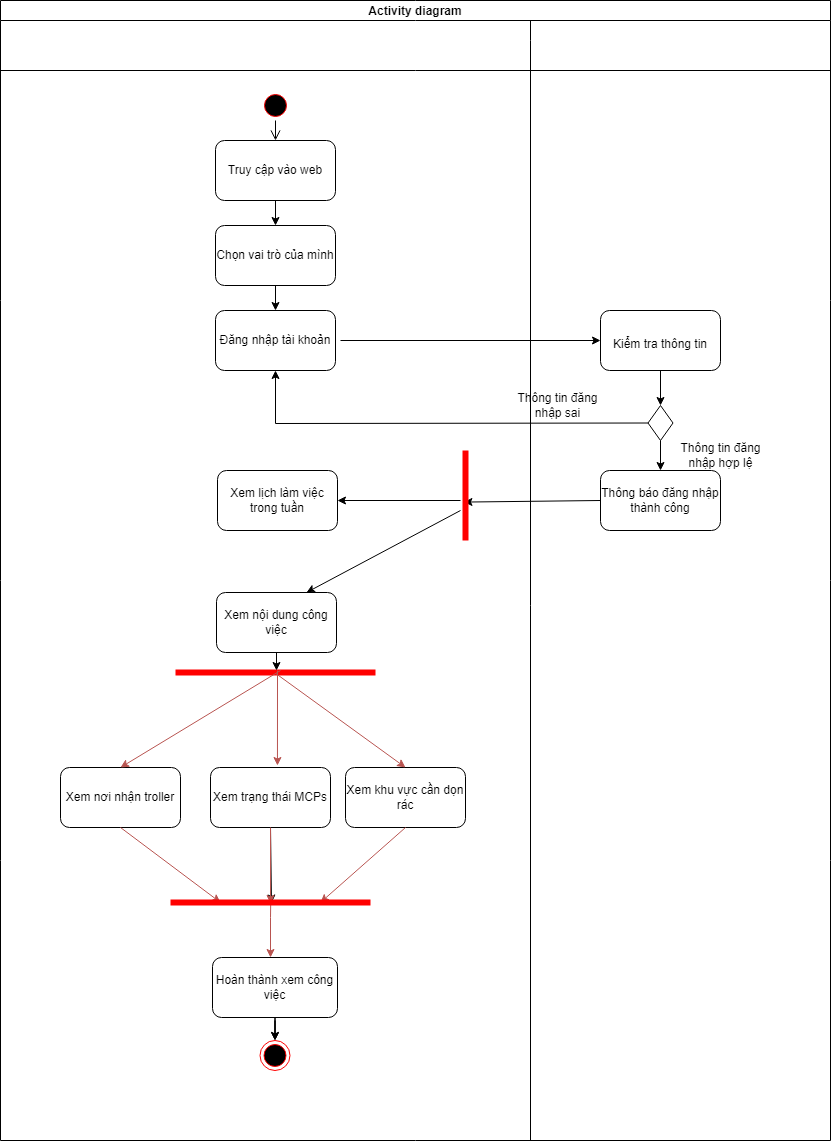
Above: System Modeling/Untitled Diagram.drawio.png in diyuenji/SE_assignment (draw.io), before the change. Source tidied: cells renumbered, new cells last; positions are measured from the earlier drawing's top-left corner, leaving out a move shared by most shapes.
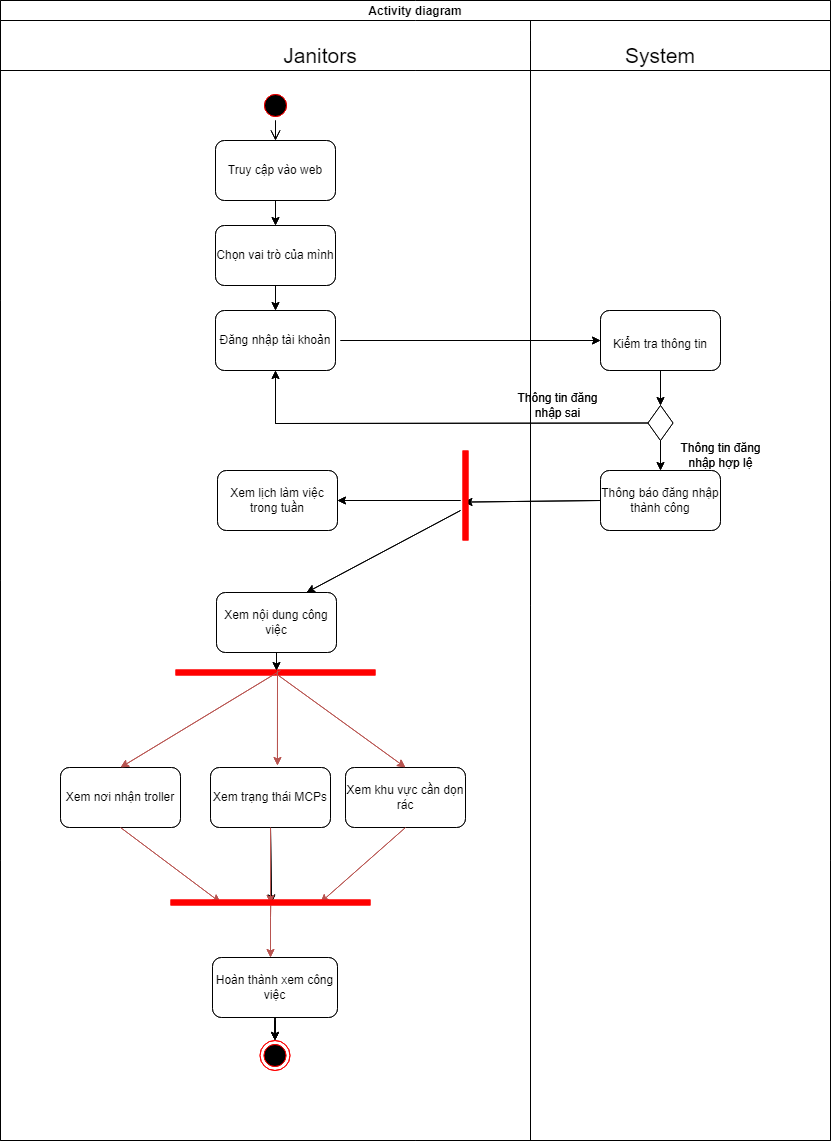
The same diagram one commit later.

What changed in the source:
```diff
@@ -171,5 +171,180 @@
         <mxPoint x="460" y="510" as="sourcePoint" />
       </mxGeometry>
     </mxCell>
+    <mxCell id="52" value="Activity diagram" style="shape=table;startSize=20;rowLines=0;fontStyle=1;align=center;" parent="1" vertex="1">
+      <mxGeometry width="830" height="1140" as="geometry" />
+    </mxCell>
+    <mxCell id="53" style="shape=tableRow;horizontal=0;startSize=0;swimlaneHead=0;swimlaneBody=0;fillColor=none;top=0;left=0;right=0;bottom=0;" parent="52" vertex="1">
+      <mxGeometry y="20" width="830" height="20" as="geometry" />
+    </mxCell>
+    <mxCell id="54" style="shape=partialRectangle;fillColor=none;top=0;left=0;bottom=0;right=0;fontStyle=1;overflow=hidden;" parent="53" vertex="1">
+      <mxGeometry width="530" height="20" as="geometry" />
+    </mxCell>
+    <mxCell id="55" style="shape=partialRectangle;fillColor=none;top=0;left=0;bottom=0;right=0;align=left;spacingLeft=6;fontStyle=5;overflow=hidden;" parent="53" vertex="1">
+      <mxGeometry x="530" width="300" height="20" as="geometry" />
+    </mxCell>
+    <mxCell id="56" style="shape=tableRow;horizontal=0;startSize=0;swimlaneHead=0;swimlaneBody=0;fillColor=none;top=0;left=0;right=0;bottom=1;" parent="52" vertex="1">
+      <mxGeometry y="40" width="830" height="30" as="geometry" />
+    </mxCell>
+    <mxCell id="57" style="shape=partialRectangle;fillColor=none;top=0;left=0;bottom=0;right=0;fontStyle=1;overflow=hidden;" parent="56" vertex="1">
+      <mxGeometry width="530" height="30" as="geometry" />
+    </mxCell>
+    <mxCell id="58" style="shape=partialRectangle;fillColor=none;top=0;left=0;bottom=0;right=0;align=left;spacingLeft=6;fontStyle=5;overflow=hidden;" parent="56" vertex="1">
+      <mxGeometry x="530" width="300" height="30" as="geometry" />
+    </mxCell>
+    <mxCell id="59" style="shape=tableRow;horizontal=0;startSize=0;swimlaneHead=0;swimlaneBody=0;fillColor=none;top=0;left=0;right=0;bottom=0;" parent="52" vertex="1">
+      <mxGeometry y="70" width="830" height="1070" as="geometry" />
+    </mxCell>
+    <mxCell id="60" style="shape=partialRectangle;fillColor=none;top=0;left=0;bottom=0;right=0;overflow=hidden;" parent="59" vertex="1">
+      <mxGeometry width="530" height="1070" as="geometry" />
+    </mxCell>
+    <mxCell id="61" style="shape=partialRectangle;fillColor=none;top=0;left=0;bottom=0;right=0;align=left;spacingLeft=6;overflow=hidden;" parent="59" vertex="1">
+      <mxGeometry x="530" width="300" height="1070" as="geometry" />
+    </mxCell>
+    <mxCell id="62" value="Đăng nhập tài khoản" style="rounded=1;whiteSpace=wrap;html=1;fillColor=#FFFFFF;" parent="1" vertex="1">
+      <mxGeometry x="215" y="310" width="120" height="60" as="geometry" />
+    </mxCell>
+    <mxCell id="63" style="rhombus;whiteSpace=wrap;html=1;" parent="1" vertex="1">
+      <mxGeometry x="647.5" y="405" width="25" height="35" as="geometry" />
+    </mxCell>
+    <mxCell id="64" value="&lt;font style=&quot;font-size: 12px;&quot;&gt;Kiểm tra thông tin&lt;/font&gt;" style="rounded=1;whiteSpace=wrap;html=1;fontSize=21;fillColor=#FFFFFF;" parent="1" vertex="1">
+      <mxGeometry x="600" y="310" width="120" height="60" as="geometry" />
+    </mxCell>
+    <mxCell id="65" value="&lt;font style=&quot;font-size: 21px;&quot;&gt;&lt;font style=&quot;font-size: 21px;&quot;&gt;Janitors&lt;/font&gt;&lt;/font&gt;" style="text;html=1;strokeColor=none;fillColor=none;align=center;verticalAlign=middle;whiteSpace=wrap;rounded=0;fontSize=21;" parent="1" vertex="1">
+      <mxGeometry x="215" y="40" width="210" height="30" as="geometry" />
+    </mxCell>
+    <mxCell id="66" style="ellipse;html=1;shape=startState;fillColor=#000000;strokeColor=#ff0000;fontSize=21;" parent="1" vertex="1">
+      <mxGeometry x="260" y="90" width="30" height="30" as="geometry" />
+    </mxCell>
+    <mxCell id="67" style="edgeStyle=orthogonalEdgeStyle;html=1;verticalAlign=bottom;endArrow=open;endSize=8;strokeColor=#000000;rounded=0;fontSize=21;entryX=0.5;entryY=0;entryDx=0;entryDy=0;exitX=0.5;exitY=1;exitDx=0;exitDy=0;" parent="1" edge="1" source="66" target="69">
+      <mxGeometry relative="1" as="geometry" />
+    </mxCell>
+    <mxCell id="68" style="endArrow=classic;html=1;rounded=0;entryX=0;entryY=0.5;entryDx=0;entryDy=0;" parent="1" edge="1" target="64">
+      <mxGeometry relative="1" as="geometry">
+        <mxPoint x="340" y="340" as="sourcePoint" />
+      </mxGeometry>
+    </mxCell>
+    <mxCell id="69" value="Truy cập vào web" style="rounded=1;whiteSpace=wrap;html=1;fillColor=#FFFFFF;" parent="1" vertex="1">
+      <mxGeometry x="215" y="140" width="120" height="60" as="geometry" />
+    </mxCell>
+    <mxCell id="70" value="System" style="text;html=1;strokeColor=none;fillColor=none;align=center;verticalAlign=middle;whiteSpace=wrap;rounded=0;fontSize=21;" parent="1" vertex="1">
+      <mxGeometry x="540" width="240" height="110" as="geometry" />
+    </mxCell>
+    <mxCell id="71" value="Thông báo đăng nhập thành công" style="rounded=1;whiteSpace=wrap;html=1;fontSize=12;fillColor=#FFFFFF;" parent="1" vertex="1">
+      <mxGeometry x="600" y="470" width="120" height="60" as="geometry" />
+    </mxCell>
+    <mxCell id="72" value="Chọn vai trò của mình" style="rounded=1;whiteSpace=wrap;html=1;fontSize=12;fillColor=#FFFFFF;" parent="1" vertex="1">
+      <mxGeometry x="215" y="225" width="120" height="60" as="geometry" />
+    </mxCell>
+    <mxCell id="73" style="endArrow=classic;html=1;rounded=0;exitX=0.5;exitY=1;exitDx=0;exitDy=0;entryX=0.5;entryY=0;entryDx=0;entryDy=0;" parent="1" edge="1" source="63" target="71">
+      <mxGeometry relative="1" as="geometry" />
+    </mxCell>
+    <mxCell id="74" style="endArrow=classic;html=1;rounded=0;exitX=0.5;exitY=1;exitDx=0;exitDy=0;entryX=0.5;entryY=0;entryDx=0;entryDy=0;" parent="1" edge="1" source="64" target="63">
+      <mxGeometry relative="1" as="geometry" />
+    </mxCell>
+    <mxCell id="75" style="endArrow=classic;html=1;rounded=0;exitX=0;exitY=0.5;exitDx=0;exitDy=0;entryX=0.5;entryY=1;entryDx=0;entryDy=0;" parent="1" edge="1" source="63" target="62">
+      <mxGeometry relative="1" as="geometry">
+        <Array as="points">
+          <mxPoint x="275" y="423" />
+        </Array>
+      </mxGeometry>
+    </mxCell>
+    <mxCell id="76" value="Thông tin đăng nhập sai" style="text;html=1;strokeColor=none;fillColor=none;align=center;verticalAlign=middle;whiteSpace=wrap;rounded=0;" parent="1" vertex="1">
+      <mxGeometry x="510" y="390" width="95" height="30" as="geometry" />
+    </mxCell>
+    <mxCell id="77" style="endArrow=classic;html=1;rounded=0;fontSize=12;exitX=0.5;exitY=1;exitDx=0;exitDy=0;entryX=0.5;entryY=0;entryDx=0;entryDy=0;" parent="1" edge="1" source="69" target="72">
+      <mxGeometry relative="1" as="geometry" />
+    </mxCell>
+    <mxCell id="78" style="endArrow=classic;html=1;rounded=0;strokeColor=#000000;fontSize=21;fontColor=#000000;exitX=0.5;exitY=1;exitDx=0;exitDy=0;entryX=0.5;entryY=0;entryDx=0;entryDy=0;" parent="1" edge="1" source="72" target="62">
+      <mxGeometry relative="1" as="geometry" />
+    </mxCell>
+    <mxCell id="79" value="Thông tin đăng nhập hợp lệ" style="text;html=1;strokeColor=none;fillColor=none;align=center;verticalAlign=middle;whiteSpace=wrap;rounded=0;" parent="1" vertex="1">
+      <mxGeometry x="672.5" y="440" width="95" height="30" as="geometry" />
+    </mxCell>
+    <mxCell id="80" style="endArrow=classic;html=1;rounded=0;fontSize=12;exitX=0;exitY=0.5;exitDx=0;exitDy=0;entryX=0.573;entryY=0.657;entryDx=0;entryDy=0;entryPerimeter=0;" parent="1" edge="1" source="71" target="101">
+      <mxGeometry relative="1" as="geometry" />
+    </mxCell>
+    <mxCell id="81" value="Xem lịch làm việc trong tuần&lt;br&gt;" style="rounded=1;whiteSpace=wrap;html=1;" parent="1" vertex="1">
+      <mxGeometry x="217" y="470" width="120" height="60" as="geometry" />
+    </mxCell>
+    <mxCell id="82" value="Xem nội dung công việc" style="rounded=1;whiteSpace=wrap;html=1;" parent="1" vertex="1">
+      <mxGeometry x="216" y="592" width="120" height="60" as="geometry" />
+    </mxCell>
+    <mxCell id="83" value="Xem khu vực cần dọn rác" style="rounded=1;whiteSpace=wrap;html=1;" parent="1" vertex="1">
+      <mxGeometry x="345" y="767" width="120" height="60" as="geometry" />
+    </mxCell>
+    <mxCell id="84" value="Xem nơi nhận troller" style="rounded=1;whiteSpace=wrap;html=1;" parent="1" vertex="1">
+      <mxGeometry x="60" y="767" width="120" height="60" as="geometry" />
+    </mxCell>
+    <mxCell id="85" value="Xem trạng thái MCPs" style="rounded=1;whiteSpace=wrap;html=1;" parent="1" vertex="1">
+      <mxGeometry x="210" y="767" width="120" height="60" as="geometry" />
+    </mxCell>
+    <mxCell id="86" style="edgeStyle=orthogonalEdgeStyle;rounded=0;jettySize=auto;html=1;entryX=0.5;entryY=0;entryDx=0;entryDy=0;" parent="1" edge="1" source="87" target="90">
+      <mxGeometry relative="1" as="geometry" />
+    </mxCell>
+    <mxCell id="87" value="Hoàn thành xem công việc" style="rounded=1;whiteSpace=wrap;html=1;" parent="1" vertex="1">
+      <mxGeometry x="212" y="957" width="125" height="60" as="geometry" />
+    </mxCell>
+    <mxCell id="88" style="shape=line;html=1;strokeWidth=6;strokeColor=#ff0000;" parent="1" vertex="1">
+      <mxGeometry x="175" y="667" width="200" height="10" as="geometry" />
+    </mxCell>
+    <mxCell id="89" style="endArrow=classic;html=1;rounded=0;strokeWidth=1;exitX=0.501;exitY=0.629;exitDx=0;exitDy=0;exitPerimeter=0;fillColor=#f8cecc;strokeColor=#b85450;" parent="1" edge="1" source="99">
+      <mxGeometry relative="1" as="geometry">
+        <mxPoint x="270" y="957" as="targetPoint" />
+        <Array as="points">
+          <mxPoint x="270" y="917" />
+        </Array>
+      </mxGeometry>
+    </mxCell>
+    <mxCell id="90" style="ellipse;html=1;shape=endState;fillColor=#000000;strokeColor=#ff0000;" parent="1" vertex="1">
+      <mxGeometry x="259.5" y="1040" width="30" height="30" as="geometry" />
+    </mxCell>
+    <mxCell id="91" style="endArrow=classic;html=1;rounded=0;strokeWidth=1;exitX=0.5;exitY=1;exitDx=0;exitDy=0;entryX=0.25;entryY=0.5;entryDx=0;entryDy=0;entryPerimeter=0;fillColor=#f8cecc;strokeColor=#b85450;" parent="1" edge="1" source="84" target="99">
+      <mxGeometry relative="1" as="geometry" />
+    </mxCell>
+    <mxCell id="92" style="endArrow=classic;html=1;rounded=0;strokeWidth=1;exitX=0.5;exitY=1;exitDx=0;exitDy=0;entryX=0.505;entryY=0.552;entryDx=0;entryDy=0;entryPerimeter=0;" parent="1" edge="1" source="85" target="99">
+      <mxGeometry relative="1" as="geometry" />
+    </mxCell>
+    <mxCell id="93" style="endArrow=classic;html=1;rounded=0;strokeWidth=1;exitX=0.5;exitY=1;exitDx=0;exitDy=0;fillColor=#f8cecc;strokeColor=#b85450;entryX=0.5;entryY=0.6;entryDx=0;entryDy=0;entryPerimeter=0;" parent="1" edge="1" target="99">
+      <mxGeometry relative="1" as="geometry">
+        <mxPoint x="270" y="827" as="sourcePoint" />
+      </mxGeometry>
+    </mxCell>
+    <mxCell id="94" style="endArrow=classic;html=1;rounded=0;strokeWidth=1;exitX=0.5;exitY=1;exitDx=0;exitDy=0;entryX=0.75;entryY=0.5;entryDx=0;entryDy=0;entryPerimeter=0;fillColor=#f8cecc;strokeColor=#b85450;" parent="1" edge="1" source="83" target="99">
+      <mxGeometry relative="1" as="geometry" />
+    </mxCell>
+    <mxCell id="95" style="endArrow=classic;html=1;rounded=0;strokeColor=#b85450;strokeWidth=1;entryX=0.5;entryY=0;entryDx=0;entryDy=0;fillColor=#f8cecc;exitX=0.525;exitY=0.3;exitDx=0;exitDy=0;exitPerimeter=0;" parent="1" edge="1" source="88" target="84">
+      <mxGeometry relative="1" as="geometry" />
+    </mxCell>
+    <mxCell id="96" style="endArrow=classic;html=1;rounded=0;strokeColor=#000000;strokeWidth=1;exitX=0.5;exitY=1;exitDx=0;exitDy=0;entryX=0.505;entryY=0.3;entryDx=0;entryDy=0;entryPerimeter=0;" parent="1" edge="1" source="82" target="88">
+      <mxGeometry relative="1" as="geometry" />
+    </mxCell>
+    <mxCell id="97" style="endArrow=classic;html=1;rounded=0;strokeColor=#b85450;strokeWidth=1;entryX=0.558;entryY=-0.033;entryDx=0;entryDy=0;entryPerimeter=0;fillColor=#f8cecc;" parent="1" edge="1" target="85">
+      <mxGeometry relative="1" as="geometry">
+        <mxPoint x="277" y="670" as="sourcePoint" />
+      </mxGeometry>
+    </mxCell>
+    <mxCell id="98" style="endArrow=classic;html=1;rounded=0;fillColor=#f8cecc;strokeColor=#b85450;exitX=0.503;exitY=0.624;exitDx=0;exitDy=0;exitPerimeter=0;entryX=0.5;entryY=0;entryDx=0;entryDy=0;" parent="1" edge="1" source="88" target="83">
+      <mxGeometry relative="1" as="geometry" />
+    </mxCell>
+    <mxCell id="99" style="shape=line;html=1;strokeWidth=6;strokeColor=#ff0000;" parent="1" vertex="1">
+      <mxGeometry x="170" y="897" width="200" height="10" as="geometry" />
+    </mxCell>
+    <mxCell id="100" style="endArrow=classic;html=1;rounded=0;exitX=0.5;exitY=1;exitDx=0;exitDy=0;entryX=0.5;entryY=0;entryDx=0;entryDy=0;" parent="1" edge="1" source="87" target="90">
+      <mxGeometry relative="1" as="geometry" />
+    </mxCell>
+    <mxCell id="101" style="shape=line;html=1;strokeWidth=6;strokeColor=#ff0000;rotation=90;" parent="1" vertex="1">
+      <mxGeometry x="420" y="490" width="90" height="10" as="geometry" />
+    </mxCell>
+    <mxCell id="102" style="endArrow=classic;html=1;rounded=0;entryX=1;entryY=0.5;entryDx=0;entryDy=0;" parent="1" edge="1" target="81">
+      <mxGeometry relative="1" as="geometry">
+        <mxPoint x="460" y="500" as="sourcePoint" />
+      </mxGeometry>
+    </mxCell>
+    <mxCell id="103" style="endArrow=classic;html=1;rounded=0;entryX=0.75;entryY=0;entryDx=0;entryDy=0;" parent="1" edge="1" target="82">
+      <mxGeometry relative="1" as="geometry">
+        <mxPoint x="460" y="510" as="sourcePoint" />
+      </mxGeometry>
+    </mxCell>
   </root>
 </mxGraphModel>
```
